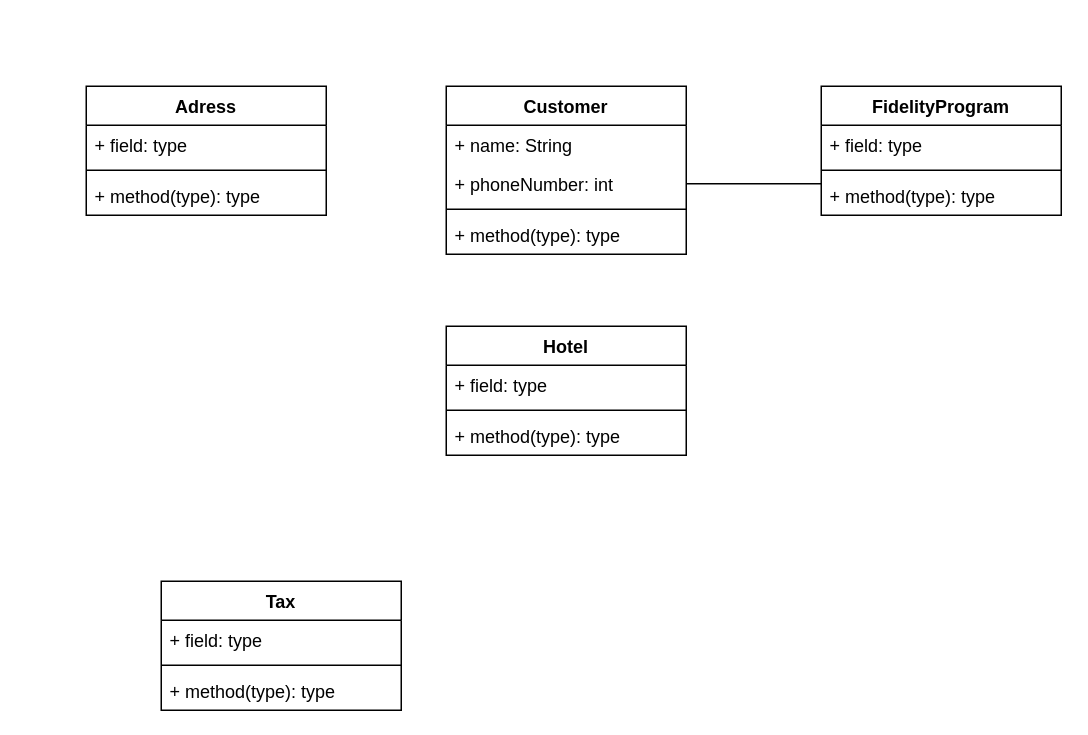
This is src/main/resources/ClassDiagram.drawio from andrehgustavo/hotel-reservation-service, a draw.io file, before an edit. Source tidied: cells renumbered, new cells numbered last; positions are measured from the earlier drawing's top-left corner, leaving out a move shared by most shapes. Both pictures are drawn from the tidied source at 150%, with x=0, y=0 at pixel (86, 86).
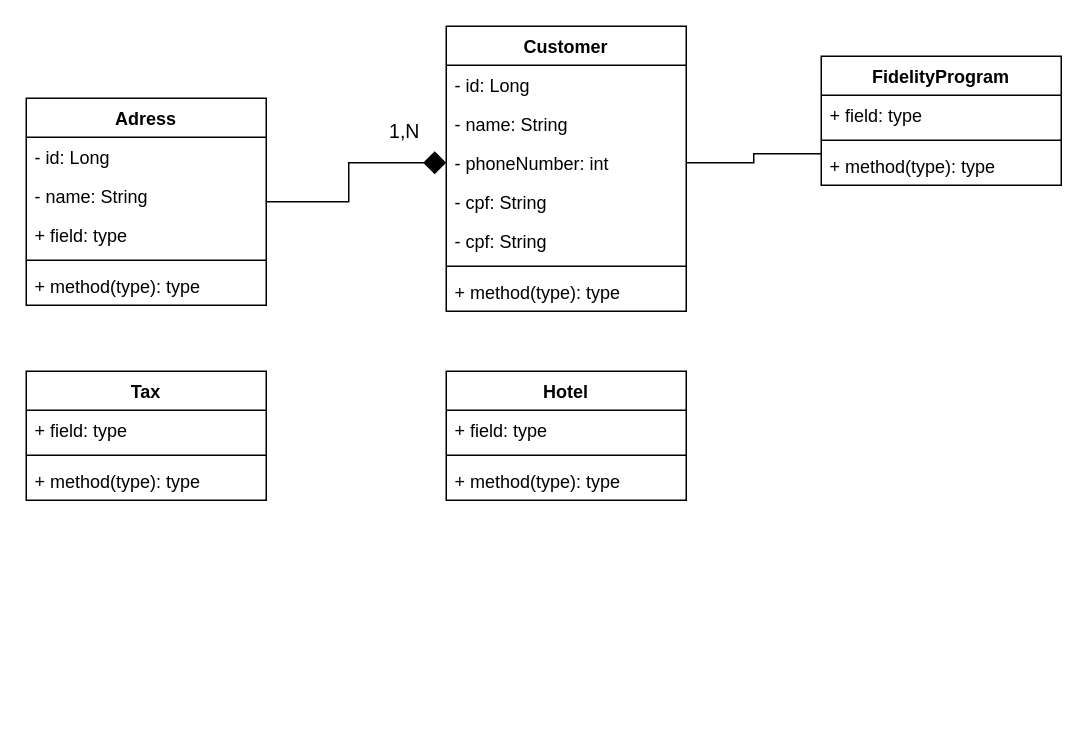
The same page after the edit.

Diff of the diagram source:
```diff
@@
     <mxCell id="2" value="Hotel" style="swimlane;fontStyle=1;align=center;verticalAlign=top;horizontal=1;startSize=26;" parent="1" vertex="1">
-      <mxGeometry x="240" y="160" width="160" height="86" as="geometry" />
+      <mxGeometry x="240" y="190" width="160" height="86" as="geometry" />
     </mxCell>
@@
     <mxCell id="6" value="Tax" style="swimlane;fontStyle=1;align=center;verticalAlign=top;horizontal=1;startSize=26;" parent="1" vertex="1">
-      <mxGeometry x="50" y="330" width="160" height="86" as="geometry" />
+      <mxGeometry x="-40" y="190" width="160" height="86" as="geometry" />
     </mxCell>
@@
     <mxCell id="10" value="Customer" style="swimlane;fontStyle=1;align=center;verticalAlign=top;horizontal=1;startSize=26;" parent="1" vertex="1">
-      <mxGeometry x="240" width="160" height="112" as="geometry" />
+      <mxGeometry x="240" y="-40" width="160" height="190" as="geometry" />
     </mxCell>
+    <mxCell id="24" value="- id: Long" style="text;strokeColor=none;fillColor=none;align=left;verticalAlign=top;spacingLeft=4;spacingRight=4;overflow=hidden;" parent="10" vertex="1">
+      <mxGeometry y="26" width="160" height="26" as="geometry" />
+    </mxCell>
-    <mxCell id="11" value="+ name: String" style="text;strokeColor=none;fillColor=none;align=left;verticalAlign=top;spacingLeft=4;spacingRight=4;overflow=hidden;" parent="10" vertex="1">
-      <mxGeometry y="26" width="160" height="26" as="geometry" />
+    <mxCell id="11" value="- name: String" style="text;strokeColor=none;fillColor=none;align=left;verticalAlign=top;spacingLeft=4;spacingRight=4;overflow=hidden;" parent="10" vertex="1">
+      <mxGeometry y="52" width="160" height="26" as="geometry" />
     </mxCell>
-    <mxCell id="12" value="+ phoneNumber: int" style="text;strokeColor=none;fillColor=none;align=left;verticalAlign=top;spacingLeft=4;spacingRight=4;overflow=hidden;points=[[0,0.5],[1,0.5]];portConstraint=eastwest;" parent="10" vertex="1">
-      <mxGeometry y="52" width="160" height="26" as="geometry" />
+    <mxCell id="12" value="- phoneNumber: int" style="text;strokeColor=none;fillColor=none;align=left;verticalAlign=top;spacingLeft=4;spacingRight=4;overflow=hidden;points=[[0,0.5],[1,0.5]];portConstraint=eastwest;" parent="10" vertex="1">
+      <mxGeometry y="78" width="160" height="26" as="geometry" />
     </mxCell>
+    <mxCell id="25" value="- cpf: String" style="text;strokeColor=none;fillColor=none;align=left;verticalAlign=top;spacingLeft=4;spacingRight=4;overflow=hidden;" parent="10" vertex="1">
+      <mxGeometry y="104" width="160" height="26" as="geometry" />
+    </mxCell>
+    <mxCell id="26" value="- cpf: String" style="text;strokeColor=none;fillColor=none;align=left;verticalAlign=top;spacingLeft=4;spacingRight=4;overflow=hidden;" parent="10" vertex="1">
+      <mxGeometry y="130" width="160" height="26" as="geometry" />
+    </mxCell>
     <mxCell id="13" style="line;strokeWidth=1;fillColor=none;align=left;verticalAlign=middle;spacingTop=-1;spacingLeft=3;spacingRight=3;labelPosition=right;" parent="10" vertex="1">
-      <mxGeometry y="78" width="160" height="8" as="geometry" />
+      <mxGeometry y="156" width="160" height="8" as="geometry" />
     </mxCell>
     <mxCell id="14" value="+ method(type): type" style="text;strokeColor=none;fillColor=none;align=left;verticalAlign=top;spacingLeft=4;spacingRight=4;overflow=hidden;" parent="10" vertex="1">
-      <mxGeometry y="86" width="160" height="26" as="geometry" />
+      <mxGeometry y="164" width="160" height="26" as="geometry" />
     </mxCell>
     <mxCell id="15" value="FidelityProgram" style="swimlane;fontStyle=1;align=center;verticalAlign=top;horizontal=1;startSize=26;" parent="1" vertex="1">
-      <mxGeometry x="490" width="160" height="86" as="geometry" />
+      <mxGeometry x="490" y="-20" width="160" height="86" as="geometry" />
     </mxCell>
@@
+    <mxCell id="27" style="edgeStyle=orthogonalEdgeStyle;rounded=0;jettySize=auto;entryX=0;entryY=0.5;entryDx=0;entryDy=0;endArrow=diamond;endFill=1;strokeWidth=1;endSize=13;html=1;" parent="1" edge="1" source="20" target="12">
+      <mxGeometry relative="1" as="geometry" />
+    </mxCell>
+    <mxCell id="28" value="1,N" style="edgeLabel;html=1;align=center;verticalAlign=middle;fontSize=13;" parent="27" vertex="1">
+      <mxGeometry x="0.3" relative="1" as="geometry">
+        <mxPoint x="22" y="-22" as="offset" />
+      </mxGeometry>
+    </mxCell>
     <mxCell id="20" value="Adress" style="swimlane;fontStyle=1;align=center;verticalAlign=top;horizontal=1;startSize=26;" parent="1" vertex="1">
-      <mxGeometry width="160" height="86" as="geometry" />
+      <mxGeometry x="-40" y="8" width="160" height="138" as="geometry" />
     </mxCell>
+    <mxCell id="29" value="- id: Long" style="text;strokeColor=none;fillColor=none;align=left;verticalAlign=top;spacingLeft=4;spacingRight=4;overflow=hidden;" parent="20" vertex="1">
+      <mxGeometry y="26" width="160" height="26" as="geometry" />
+    </mxCell>
+    <mxCell id="30" value="- name: String" style="text;strokeColor=none;fillColor=none;align=left;verticalAlign=top;spacingLeft=4;spacingRight=4;overflow=hidden;" parent="20" vertex="1">
+      <mxGeometry y="52" width="160" height="26" as="geometry" />
+    </mxCell>
     <mxCell id="21" value="+ field: type" style="text;strokeColor=none;fillColor=none;align=left;verticalAlign=top;spacingLeft=4;spacingRight=4;overflow=hidden;" parent="20" vertex="1">
-      <mxGeometry y="26" width="160" height="26" as="geometry" />
+      <mxGeometry y="78" width="160" height="26" as="geometry" />
     </mxCell>
     <mxCell id="22" style="line;strokeWidth=1;fillColor=none;align=left;verticalAlign=middle;spacingTop=-1;spacingLeft=3;spacingRight=3;labelPosition=right;" parent="20" vertex="1">
-      <mxGeometry y="52" width="160" height="8" as="geometry" />
+      <mxGeometry y="104" width="160" height="8" as="geometry" />
     </mxCell>
     <mxCell id="23" value="+ method(type): type" style="text;strokeColor=none;fillColor=none;align=left;verticalAlign=top;spacingLeft=4;spacingRight=4;overflow=hidden;" parent="20" vertex="1">
-      <mxGeometry y="60" width="160" height="26" as="geometry" />
+      <mxGeometry y="112" width="160" height="26" as="geometry" />
     </mxCell>
```
